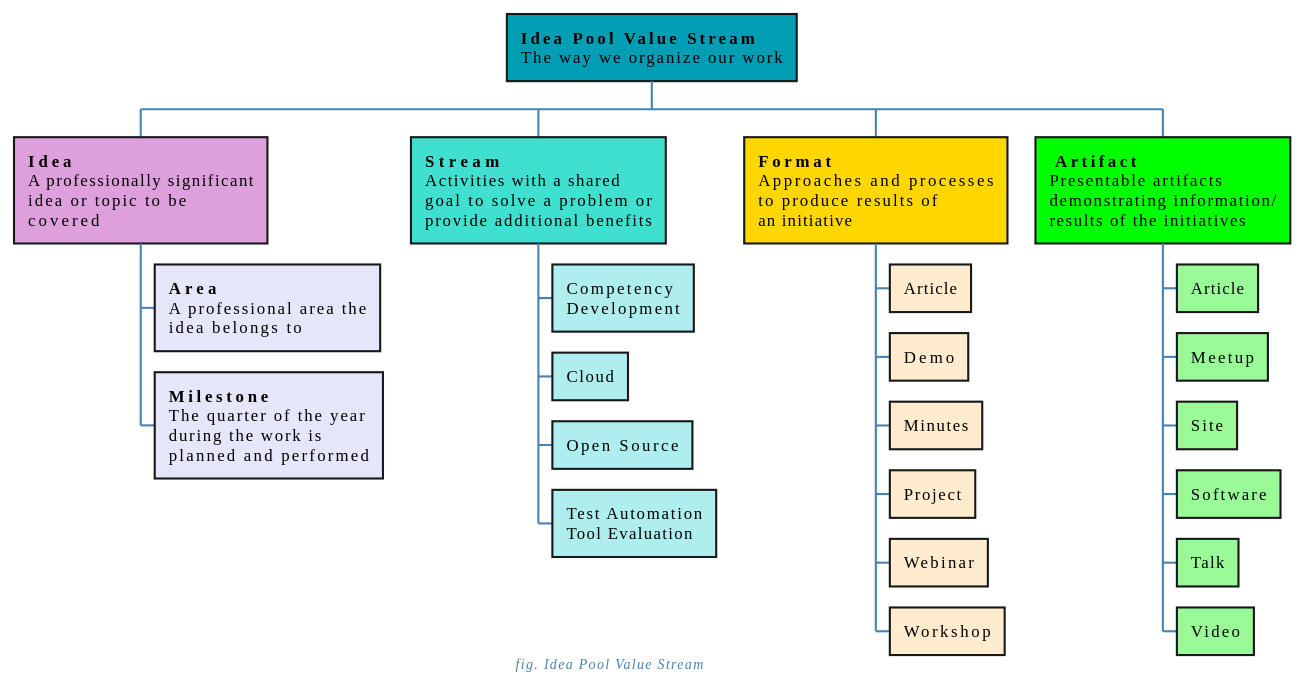
Above: docs/uml/value_stream_v2.svg in Idea-Pool/topics (PlantUML), before the change. Its diagram source:
```plantuml
@startwbs

skinparam defaultFontName Ubuntu Light
skinparam backgroundColor transparent

skinparam caption {
    FontColor SteelBlue
    FontStyle italic
    FontSize 10pt
}

skinparam activity {
    BackgroundColor PowderBlue
    StartColor ForestGreen
    EndColor ForestGreen
    FontStyle bold
}

skinparam arrow {
    Color SteelBlue
    FontColor SteelBlue
}

skinparam note {
    BackgroundColor AliceBlue
    FontSize 10
}

caption fig. Idea Pool Value Stream

+[#009eb4]:**Idea Pool Value Stream**
The way we organize our work;

++[#Plum]:**Idea**
A professionally significant
idea or topic to be
covered;

++-[#Lavender]:**Area**
A professional area the
idea belongs to;

+++[#Lavender]:**Milestone**
The quarter of the year
during the work is
planned and performed;

++[#Turquoise]:**Stream**
Activities with a shared
goal to solve a problem or
provide additional benefits;

+++[#PaleTurquoise] Competency\nDevelopment
+++[#PaleTurquoise] Cloud
+++[#PaleTurquoise] Open Source
+++[#PaleTurquoise] Test Automation\nTool Evaluation

++[#Gold]:**Format**
Approaches and processes
to produce results of
an initiative;

+++[#BlanchedAlmond] Article
+++[#BlanchedAlmond] Demo
+++[#BlanchedAlmond] Minutes
+++[#BlanchedAlmond] Project
+++[#BlanchedAlmond] Webinar
+++[#BlanchedAlmond] Workshop

++[#Lime]: **Artifact**
Presentable artifacts
demonstrating information/
results of the initiatives;

+++[#PaleGreen] Article
+++[#PaleGreen] Meetup
+++[#PaleGreen] Site
+++[#PaleGreen] Software
+++[#PaleGreen] Talk
+++[#PaleGreen] Video

@endwbs
```
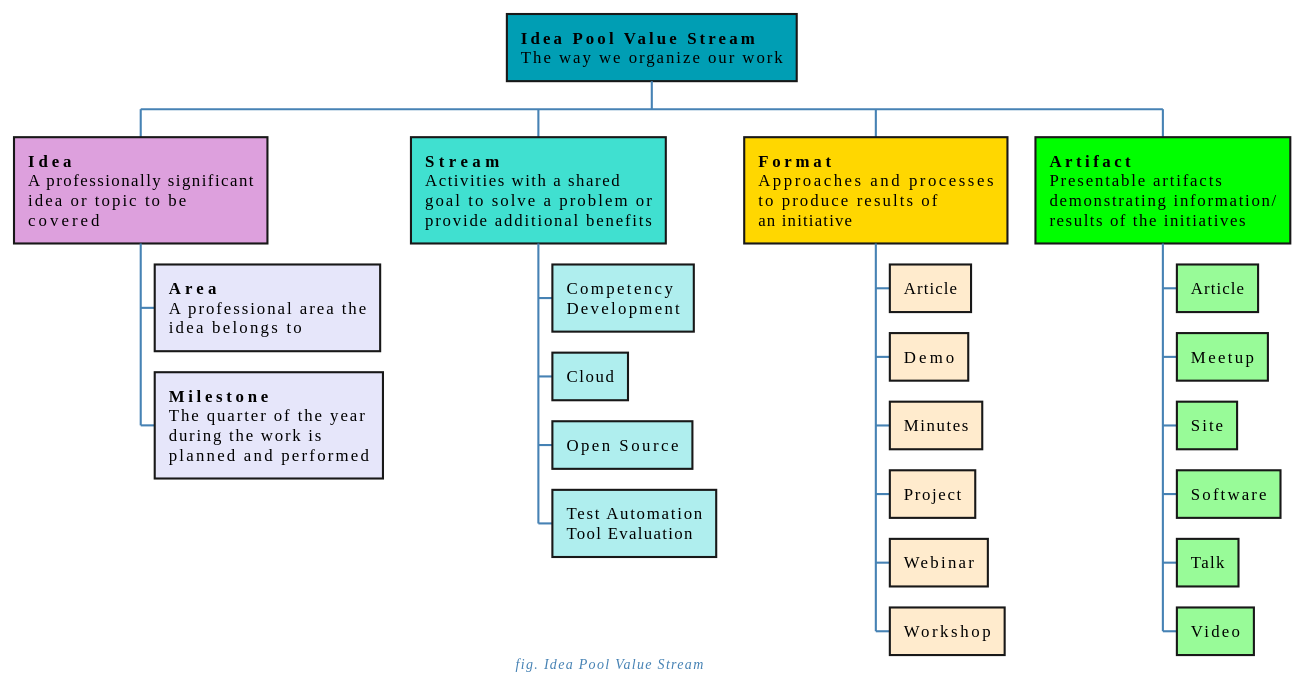
Above is the later version.

The edit, as a diff of the source:
```diff
@@ -67,7 +67,7 @@
 +++[#BlanchedAlmond] Webinar
 +++[#BlanchedAlmond] Workshop
 
-++[#Lime]: **Artifact**
+++[#Lime]:**Artifact**
 Presentable artifacts
 demonstrating information/
 results of the initiatives;
```
